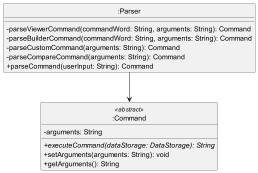
typingpanda/tp keeps this PlantUML diagram as docs/uml-pictures/ParserClass.png. Above is the earlier version.
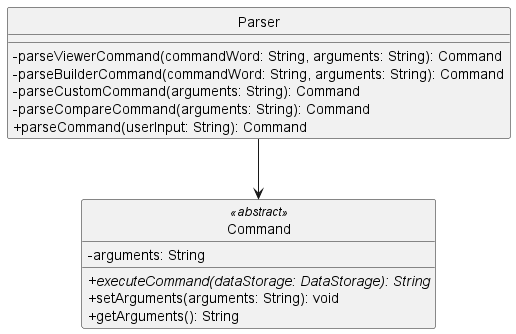
After the change.

What changed in the source:
```diff
@@ -1,8 +1,8 @@
 @startuml
 skinparam classAttributeIconSize 0
 
-class ":Parser" as Parser
-class ":Command" as Command
+class "Parser" as Parser
+class "Command" as Command
 
 class Parser {
     -parseViewerCommand(commandWord: String, arguments: String): Command
```
